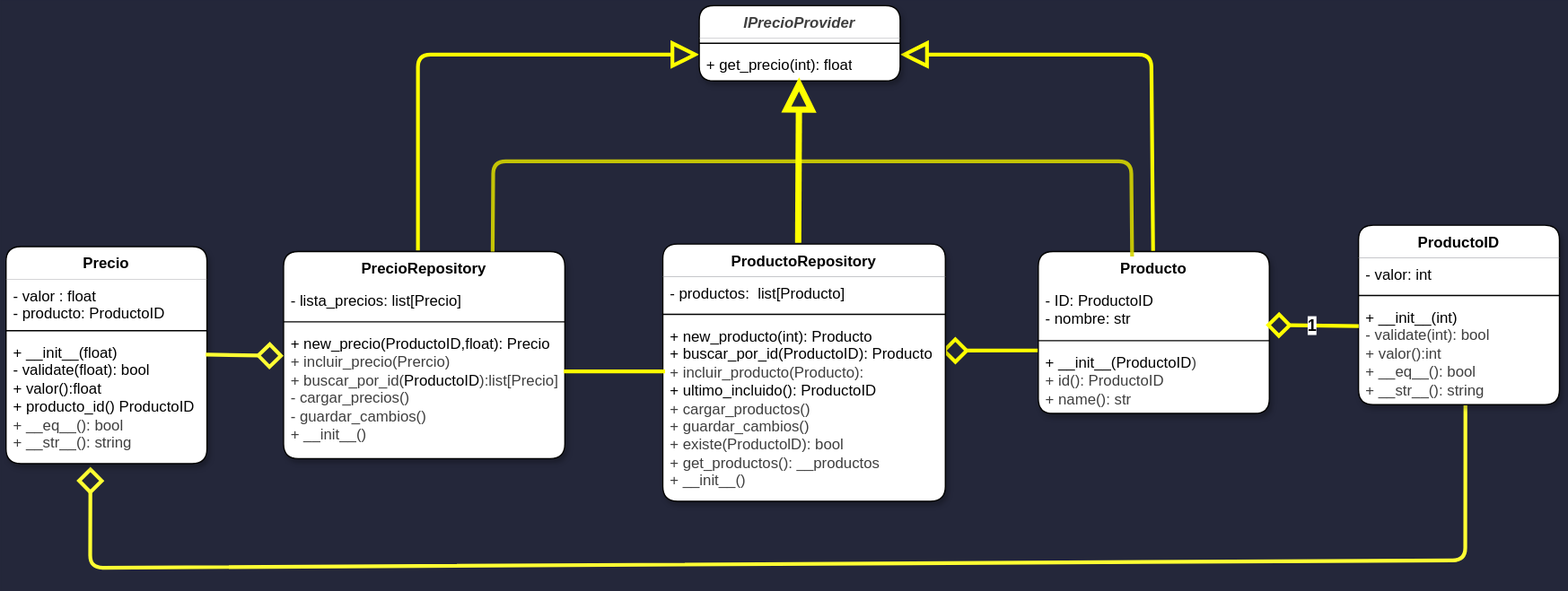
shinovi9/Subsistema-Precio keeps this draw.io diagram as Docs/DiagramaSubSistema.svg. Above is the earlier version. Source tidied: cells renumbered, new cells last; positions are measured from the earlier drawing's top-left corner, leaving out a move shared by most shapes.
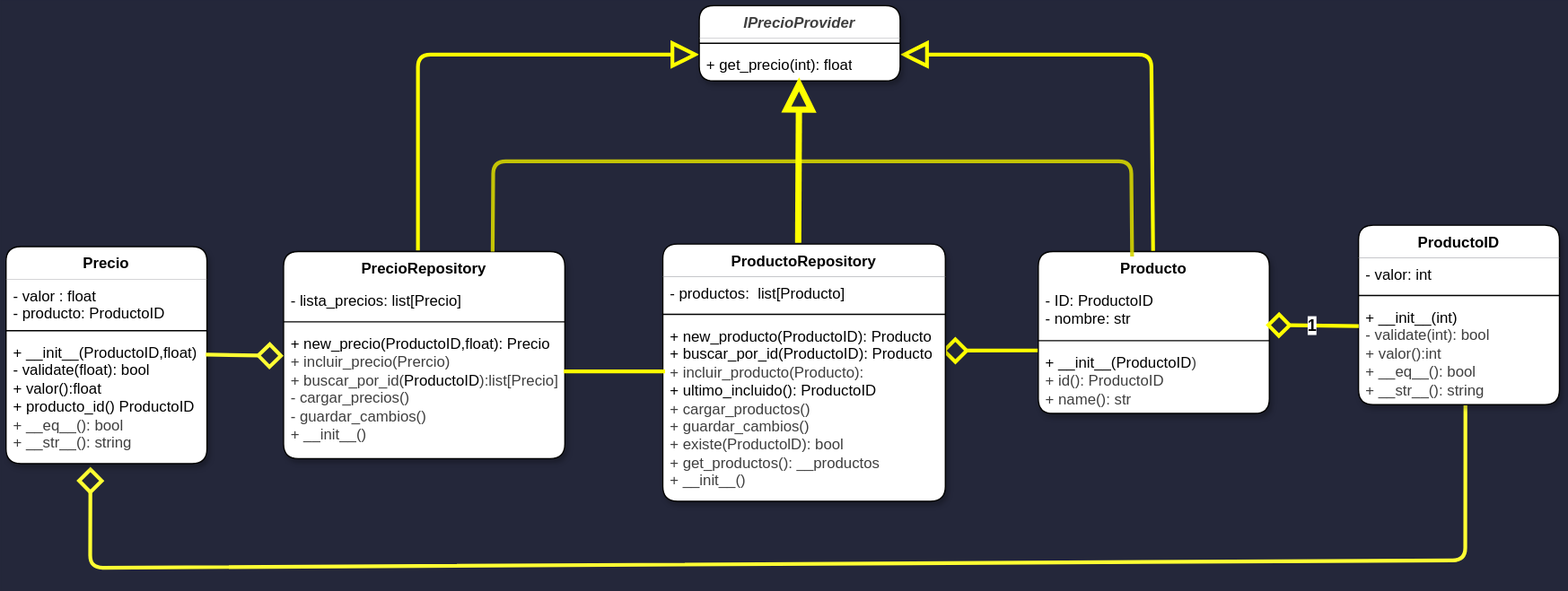
After the change.

Diff of the diagram source:
```diff
@@ -55,7 +55,7 @@
     <mxCell id="15" style="line;strokeWidth=1;fillColor=none;align=left;verticalAlign=middle;spacingTop=-1;spacingLeft=3;spacingRight=3;labelPosition=right;strokeColor=inherit;rounded=1;" parent="13" vertex="1">
       <mxGeometry y="52" width="225" height="8" as="geometry" />
     </mxCell>
-    <mxCell id="16" value="&lt;font style=&quot;scrollbar-color: rgb(226, 226, 226) rgb(251, 251, 251); color: rgb(0, 0, 0);&quot;&gt;+ new_producto(int): Producto&lt;/font&gt;&lt;div style=&quot;scrollbar-color: rgb(226, 226, 226) rgb(251, 251, 251); color: rgb(63, 63, 63);&quot;&gt;&lt;font style=&quot;scrollbar-color: rgb(226, 226, 226) rgb(251, 251, 251); color: rgb(0, 0, 0);&quot;&gt;+ buscar_por_id(ProductoID): Producto&lt;/font&gt;&lt;/div&gt;&lt;div style=&quot;scrollbar-color: rgb(226, 226, 226) rgb(251, 251, 251); color: rgb(63, 63, 63);&quot;&gt;+ incluir_producto(Producto):&lt;/div&gt;&lt;div style=&quot;scrollbar-color: rgb(226, 226, 226) rgb(251, 251, 251); color: rgb(63, 63, 63);&quot;&gt;&lt;font style=&quot;scrollbar-color: rgb(226, 226, 226) rgb(251, 251, 251); color: rgb(0, 0, 0);&quot;&gt;+ ultimo_incluido(): ProductoID&lt;/font&gt;&lt;/div&gt;&lt;div style=&quot;scrollbar-color: rgb(226, 226, 226) rgb(251, 251, 251); color: rgb(63, 63, 63);&quot;&gt;+ cargar_productos()&lt;/div&gt;&lt;div style=&quot;scrollbar-color: rgb(226, 226, 226) rgb(251, 251, 251); color: rgb(63, 63, 63);&quot;&gt;+ guardar_cambios()&lt;/div&gt;&lt;div style=&quot;scrollbar-color: rgb(226, 226, 226) rgb(251, 251, 251); color: rgb(63, 63, 63);&quot;&gt;+ existe(ProductolD): bool&lt;/div&gt;&lt;div style=&quot;scrollbar-color: rgb(226, 226, 226) rgb(251, 251, 251); color: rgb(63, 63, 63);&quot;&gt;+ get_productos(): __productos&amp;nbsp;&amp;nbsp;&lt;/div&gt;&lt;div style=&quot;scrollbar-color: rgb(226, 226, 226) rgb(251, 251, 251); color: rgb(63, 63, 63);&quot;&gt;+ __init__()&lt;/div&gt;" style="text;strokeColor=none;fillColor=none;align=left;verticalAlign=top;spacingLeft=4;spacingRight=4;overflow=hidden;points=[[0,0.5],[1,0.5]];portConstraint=eastwest;whiteSpace=wrap;html=1;rounded=1;" parent="13" vertex="1">
+    <mxCell id="16" value="&lt;font style=&quot;scrollbar-color: rgb(226, 226, 226) rgb(251, 251, 251); color: rgb(0, 0, 0);&quot;&gt;+ new_producto(ProductoID): Producto&lt;/font&gt;&lt;div style=&quot;scrollbar-color: rgb(226, 226, 226) rgb(251, 251, 251); color: rgb(63, 63, 63);&quot;&gt;&lt;font style=&quot;scrollbar-color: rgb(226, 226, 226) rgb(251, 251, 251); color: rgb(0, 0, 0);&quot;&gt;+ buscar_por_id(ProductoID): Producto&lt;/font&gt;&lt;/div&gt;&lt;div style=&quot;scrollbar-color: rgb(226, 226, 226) rgb(251, 251, 251); color: rgb(63, 63, 63);&quot;&gt;+ incluir_producto(Producto):&lt;/div&gt;&lt;div style=&quot;scrollbar-color: rgb(226, 226, 226) rgb(251, 251, 251); color: rgb(63, 63, 63);&quot;&gt;&lt;font style=&quot;scrollbar-color: rgb(226, 226, 226) rgb(251, 251, 251); color: rgb(0, 0, 0);&quot;&gt;+ ultimo_incluido(): ProductoID&lt;/font&gt;&lt;/div&gt;&lt;div style=&quot;scrollbar-color: rgb(226, 226, 226) rgb(251, 251, 251); color: rgb(63, 63, 63);&quot;&gt;+ cargar_productos()&lt;/div&gt;&lt;div style=&quot;scrollbar-color: rgb(226, 226, 226) rgb(251, 251, 251); color: rgb(63, 63, 63);&quot;&gt;+ guardar_cambios()&lt;/div&gt;&lt;div style=&quot;scrollbar-color: rgb(226, 226, 226) rgb(251, 251, 251); color: rgb(63, 63, 63);&quot;&gt;+ existe(ProductolD): bool&lt;/div&gt;&lt;div style=&quot;scrollbar-color: rgb(226, 226, 226) rgb(251, 251, 251); color: rgb(63, 63, 63);&quot;&gt;+ get_productos(): __productos&amp;nbsp;&amp;nbsp;&lt;/div&gt;&lt;div style=&quot;scrollbar-color: rgb(226, 226, 226) rgb(251, 251, 251); color: rgb(63, 63, 63);&quot;&gt;+ __init__()&lt;/div&gt;" style="text;strokeColor=none;fillColor=none;align=left;verticalAlign=top;spacingLeft=4;spacingRight=4;overflow=hidden;points=[[0,0.5],[1,0.5]];portConstraint=eastwest;whiteSpace=wrap;html=1;rounded=1;" parent="13" vertex="1">
       <mxGeometry y="60" width="225" height="145" as="geometry" />
     </mxCell>
     <mxCell id="17" style="edgeStyle=none;html=1;exitX=0.996;exitY=0.338;exitDx=0;exitDy=0;entryX=0.008;entryY=0.286;entryDx=0;entryDy=0;startArrow=none;startFill=0;strokeColor=#FFFF00;strokeWidth=3;entryPerimeter=0;endArrow=none;endFill=0;exitPerimeter=0;rounded=1;" parent="1" edge="1" source="12" target="16">
@@ -114,7 +114,7 @@
     <mxCell id="31" style="line;strokeWidth=1;fillColor=none;align=left;verticalAlign=middle;spacingTop=-1;spacingLeft=3;spacingRight=3;labelPosition=right;strokeColor=inherit;rounded=1;" parent="29" vertex="1">
       <mxGeometry y="63" width="160" height="8" as="geometry" />
     </mxCell>
-    <mxCell id="32" value="+ __init__(float)&lt;div&gt;&lt;div&gt;- validate(float): bool&lt;/div&gt;&lt;/div&gt;&lt;div&gt;+ valor():float&lt;/div&gt;&lt;div&gt;+ producto_id() ProductoID&lt;/div&gt;&lt;div&gt;&lt;span style=&quot;color: rgb(63, 63, 63);&quot;&gt;+ __eq__(): bool&lt;/span&gt;&lt;/div&gt;&lt;div&gt;&lt;span style=&quot;color: rgb(63, 63, 63);&quot;&gt;&lt;span style=&quot;color: rgb(63, 63, 63);&quot;&gt;+ __str__(): string&lt;/span&gt;&lt;/span&gt;&lt;/div&gt;" style="text;strokeColor=none;fillColor=none;align=left;verticalAlign=top;spacingLeft=4;spacingRight=4;overflow=hidden;points=[[0,0.5],[1,0.5]];portConstraint=eastwest;whiteSpace=wrap;html=1;rounded=1;" parent="29" vertex="1">
+    <mxCell id="32" value="+ __init__(ProductoID,float)&lt;div&gt;&lt;div&gt;- validate(float): bool&lt;/div&gt;&lt;/div&gt;&lt;div&gt;+ valor():float&lt;/div&gt;&lt;div&gt;+ producto_id() ProductoID&lt;/div&gt;&lt;div&gt;&lt;span style=&quot;color: rgb(63, 63, 63);&quot;&gt;+ __eq__(): bool&lt;/span&gt;&lt;/div&gt;&lt;div&gt;&lt;span style=&quot;color: rgb(63, 63, 63);&quot;&gt;&lt;span style=&quot;color: rgb(63, 63, 63);&quot;&gt;+ __str__(): string&lt;/span&gt;&lt;/span&gt;&lt;/div&gt;" style="text;strokeColor=none;fillColor=none;align=left;verticalAlign=top;spacingLeft=4;spacingRight=4;overflow=hidden;points=[[0,0.5],[1,0.5]];portConstraint=eastwest;whiteSpace=wrap;html=1;rounded=1;" parent="29" vertex="1">
       <mxGeometry y="71" width="160" height="102" as="geometry" />
     </mxCell>
     <mxCell id="33" style="edgeStyle=none;html=1;entryX=0;entryY=0.22;entryDx=0;entryDy=0;entryPerimeter=0;exitX=0.994;exitY=0.148;exitDx=0;exitDy=0;exitPerimeter=0;strokeWidth=3;strokeColor=#FFFF33;endArrow=diamond;endFill=0;endSize=15;rounded=1;" parent="1" edge="1" source="32" target="12">
```
